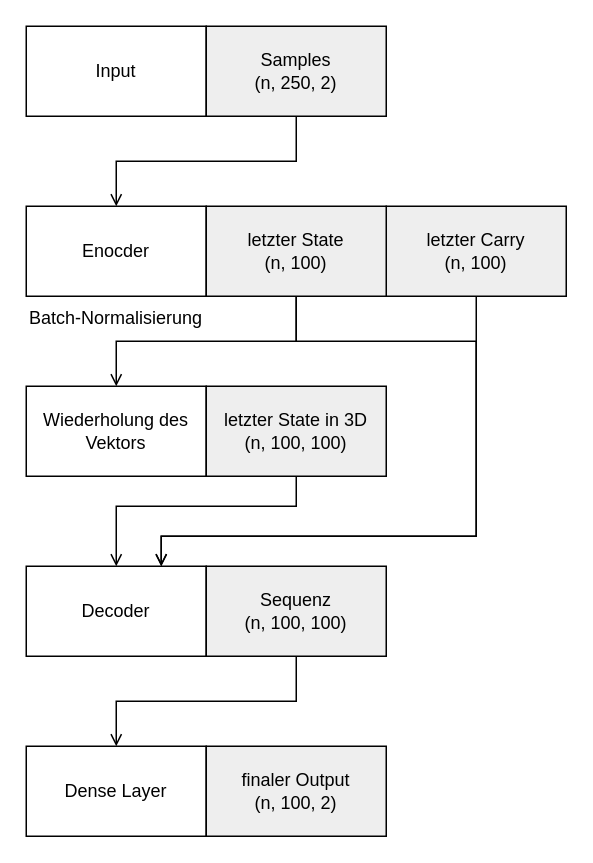
The draw.io diagram plots/model.drawio in visserle/two-hearts, before the edit. Source tidied: cells renumbered, new cells numbered last; positions are measured from the earlier drawing's top-left corner, leaving out a move shared by most shapes. Both pictures are drawn from the tidied source at 150%, with x=0, y=0 at pixel (26, 26).
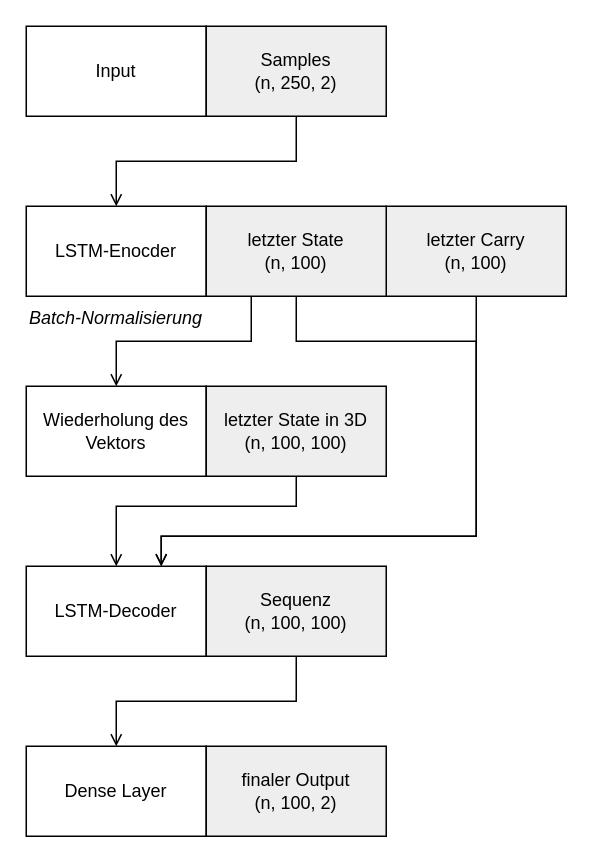
After the change.

Unchanged cells that the change refers to:
```xml
<mxCell id="14" value="Wiederholung des Vektors" style="rounded=0;whiteSpace=wrap;html=1;" parent="1" vertex="1">
  <mxGeometry y="240" width="120" height="60" as="geometry" />
</mxCell>
```

What changed in the source:
```diff
@@
-    <mxCell id="5" value="Enocder" style="rounded=0;whiteSpace=wrap;html=1;" parent="1" vertex="1">
+    <mxCell id="5" value="LSTM-Enocder" style="rounded=0;whiteSpace=wrap;html=1;" parent="1" vertex="1">
       <mxGeometry y="120" width="120" height="60" as="geometry" />
     </mxCell>
@@
     <mxCell id="8" style="edgeStyle=orthogonalEdgeStyle;rounded=0;sketch=0;jumpStyle=arc;jettySize=auto;html=1;shadow=0;endArrow=open;endFill=0;entryX=0.5;entryY=0;entryDx=0;entryDy=0;" parent="1" edge="1" target="14">
       <mxGeometry relative="1" as="geometry">
         <mxPoint x="180" y="150" as="sourcePoint" />
         <Array as="points">
-          <mxPoint x="180" y="210" />
+          <mxPoint x="150" y="150" />
+          <mxPoint x="150" y="210" />
           <mxPoint x="60" y="210" />
         </Array>
       </mxGeometry>
     </mxCell>
@@
-    <mxCell id="11" value="Decoder" style="rounded=0;whiteSpace=wrap;html=1;" parent="1" vertex="1">
+    <mxCell id="11" value="LSTM-Decoder" style="rounded=0;whiteSpace=wrap;html=1;" parent="1" vertex="1">
       <mxGeometry y="360" width="120" height="60" as="geometry" />
     </mxCell>
@@
-    <mxCell id="19" value="&lt;font style=&quot;font-size: 12px&quot;&gt;Batch-Normalisierung&lt;/font&gt;" style="text;html=1;strokeColor=none;fillColor=none;align=center;verticalAlign=middle;whiteSpace=wrap;rounded=0;fontSize=11;" parent="1" vertex="1">
+    <mxCell id="19" value="&lt;font style=&quot;font-size: 12px&quot;&gt;Batch-Normalisierung&lt;/font&gt;" style="text;html=1;strokeColor=none;fillColor=none;align=center;verticalAlign=middle;whiteSpace=wrap;rounded=0;fontSize=11;fontStyle=2;" parent="1" vertex="1">
       <mxGeometry y="180" width="120" height="30" as="geometry" />
     </mxCell>
```
